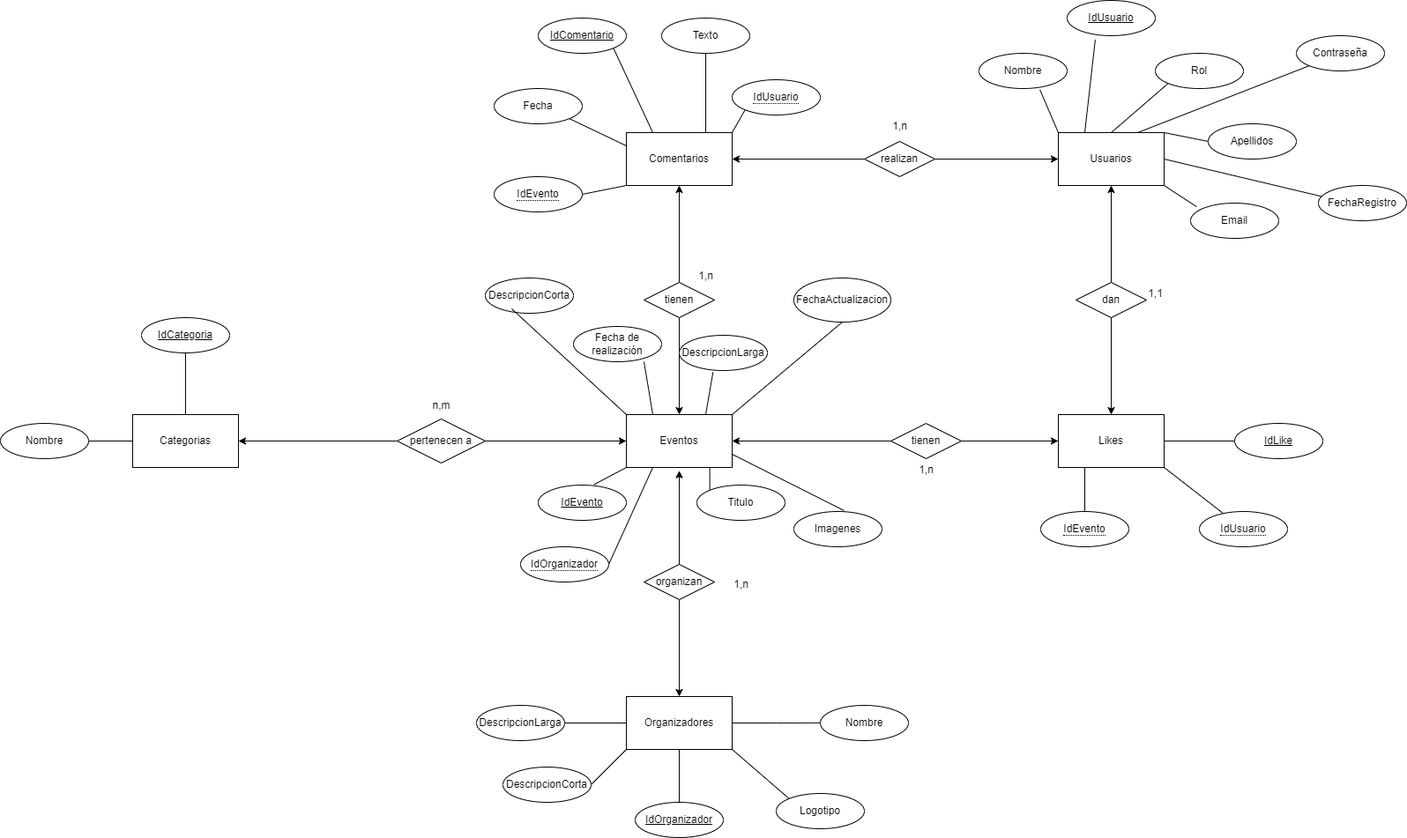
This is BitFest.drawio.png from bibifupi/BitFest, a draw.io export, as it was before one commit. Source tidied: cells renumbered, new cells last; positions are measured from the earlier drawing's top-left corner, leaving out a move shared by most shapes.
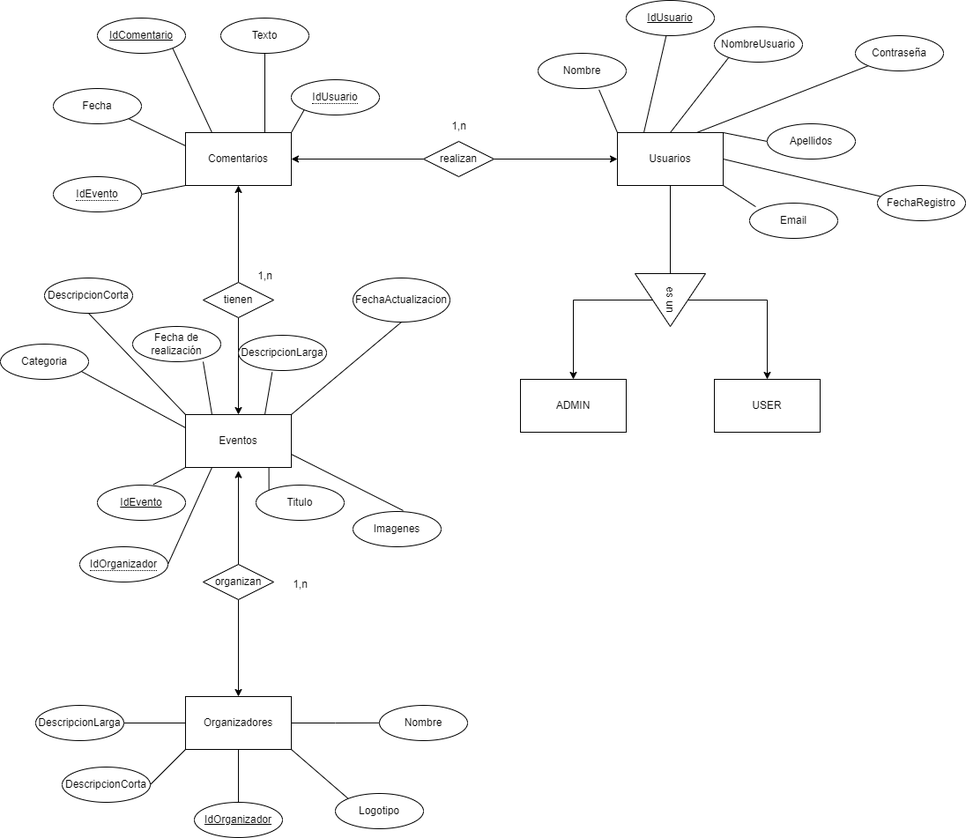
The same diagram one commit later.

What changed in the source:
```diff
@@ -2,15 +2,20 @@
   <root>
     <mxCell id="0" />
     <mxCell id="1" parent="0" />
-    <mxCell id="2" style="rounded=0;jettySize=auto;html=1;exitX=0.5;exitY=0;exitDx=0;exitDy=0;entryX=0;entryY=1;entryDx=0;entryDy=0;endArrow=none;endFill=0;" parent="1" edge="1" source="5" target="63">
-      <mxGeometry relative="1" as="geometry" />
-    </mxCell>
     <mxCell id="3" style="rounded=0;jettySize=auto;html=1;exitX=0.75;exitY=0;exitDx=0;exitDy=0;entryX=0;entryY=1;entryDx=0;entryDy=0;endArrow=none;endFill=0;" parent="1" edge="1" source="5" target="67">
       <mxGeometry relative="1" as="geometry" />
     </mxCell>
     <mxCell id="4" style="rounded=0;jettySize=auto;html=1;exitX=1;exitY=0;exitDx=0;exitDy=0;entryX=0;entryY=0.5;entryDx=0;entryDy=0;endArrow=none;endFill=0;" parent="1" edge="1" source="5" target="65">
       <mxGeometry relative="1" as="geometry" />
     </mxCell>
+    <mxCell id="92" style="edgeStyle=orthogonalEdgeStyle;rounded=0;jettySize=auto;html=1;exitX=0.5;exitY=1;exitDx=0;exitDy=0;endArrow=none;endFill=0;" parent="1" edge="1" source="5" target="98">
+      <mxGeometry relative="1" as="geometry" />
+    </mxCell>
+    <mxCell id="93" style="rounded=0;jettySize=auto;html=1;exitX=0.5;exitY=0;exitDx=0;exitDy=0;endArrow=none;endFill=0;" parent="1" edge="1" source="5">
+      <mxGeometry relative="1" as="geometry">
+        <mxPoint x="1330" y="60" as="targetPoint" />
+      </mxGeometry>
+    </mxCell>
     <mxCell id="5" value="Usuarios" style="rounded=0;whiteSpace=wrap;html=1;" parent="1" vertex="1">
       <mxGeometry x="1200" y="150" width="120" height="60" as="geometry" />
     </mxCell>
@@ -23,21 +28,14 @@
     <mxCell id="8" style="rounded=0;jettySize=auto;html=1;exitX=0.25;exitY=1;exitDx=0;exitDy=0;entryX=1;entryY=0.5;entryDx=0;entryDy=0;endArrow=none;endFill=0;" parent="1" edge="1" source="9" target="48">
       <mxGeometry relative="1" as="geometry" />
     </mxCell>
+    <mxCell id="94" style="rounded=0;jettySize=auto;html=1;exitX=0;exitY=0.25;exitDx=0;exitDy=0;endArrow=none;endFill=0;" parent="1" edge="1" source="9">
+      <mxGeometry relative="1" as="geometry">
+        <mxPoint x="590" y="420" as="targetPoint" />
+      </mxGeometry>
+    </mxCell>
     <mxCell id="9" value="Eventos" style="rounded=0;whiteSpace=wrap;html=1;" parent="1" vertex="1">
       <mxGeometry x="710" y="470" width="120" height="60" as="geometry" />
     </mxCell>
-    <mxCell id="10" style="rounded=0;jettySize=auto;html=1;exitX=0.25;exitY=1;exitDx=0;exitDy=0;entryX=0.5;entryY=0;entryDx=0;entryDy=0;endArrow=none;endFill=0;" parent="1" edge="1" source="13" target="75">
-      <mxGeometry relative="1" as="geometry" />
-    </mxCell>
-    <mxCell id="11" style="rounded=0;jettySize=auto;html=1;exitX=1;exitY=1;exitDx=0;exitDy=0;endArrow=none;endFill=0;" parent="1" edge="1" source="13" target="74">
-      <mxGeometry relative="1" as="geometry" />
-    </mxCell>
-    <mxCell id="12" style="rounded=0;jettySize=auto;html=1;exitX=1;exitY=0.5;exitDx=0;exitDy=0;entryX=0;entryY=0.5;entryDx=0;entryDy=0;endArrow=none;endFill=0;" parent="1" edge="1" source="13" target="73">
-      <mxGeometry relative="1" as="geometry" />
-    </mxCell>
-    <mxCell id="13" value="Likes" style="rounded=0;whiteSpace=wrap;html=1;" parent="1" vertex="1">
-      <mxGeometry x="1200" y="470" width="120" height="60" as="geometry" />
-    </mxCell>
     <mxCell id="14" style="rounded=0;jettySize=auto;html=1;exitX=1;exitY=0;exitDx=0;exitDy=0;entryX=0;entryY=1;entryDx=0;entryDy=0;endArrow=none;endFill=0;" parent="1" edge="1" source="19" target="60">
       <mxGeometry relative="1" as="geometry" />
     </mxCell>
@@ -56,15 +54,6 @@
     <mxCell id="19" value="Comentarios" style="rounded=0;whiteSpace=wrap;html=1;" parent="1" vertex="1">
       <mxGeometry x="710" y="150" width="120" height="60" as="geometry" />
     </mxCell>
-    <mxCell id="20" style="edgeStyle=orthogonalEdgeStyle;rounded=0;jettySize=auto;html=1;exitX=0.5;exitY=0;exitDx=0;exitDy=0;entryX=0.5;entryY=1;entryDx=0;entryDy=0;endArrow=none;endFill=0;" parent="1" edge="1" source="22" target="39">
-      <mxGeometry relative="1" as="geometry" />
-    </mxCell>
-    <mxCell id="21" style="edgeStyle=orthogonalEdgeStyle;rounded=0;jettySize=auto;html=1;exitX=0;exitY=0.5;exitDx=0;exitDy=0;entryX=1;entryY=0.5;entryDx=0;entryDy=0;endArrow=none;endFill=0;" parent="1" edge="1" source="22" target="40">
-      <mxGeometry relative="1" as="geometry" />
-    </mxCell>
-    <mxCell id="22" value="Categorias" style="whiteSpace=wrap;html=1;" parent="1" vertex="1">
-      <mxGeometry x="150" y="470" width="120" height="60" as="geometry" />
-    </mxCell>
     <mxCell id="23" style="edgeStyle=orthogonalEdgeStyle;rounded=0;jettySize=auto;html=1;exitX=1;exitY=0.5;exitDx=0;exitDy=0;endArrow=none;endFill=0;" parent="1" edge="1" source="27">
       <mxGeometry relative="1" as="geometry">
         <mxPoint x="930" y="819.9" as="targetPoint" />
@@ -82,15 +71,6 @@
     <mxCell id="27" value="Organizadores" style="whiteSpace=wrap;html=1;" parent="1" vertex="1">
       <mxGeometry x="710" y="790" width="120" height="60" as="geometry" />
     </mxCell>
-    <mxCell id="28" style="edgeStyle=orthogonalEdgeStyle;rounded=0;jettySize=auto;html=1;exitX=0;exitY=0.5;exitDx=0;exitDy=0;entryX=1;entryY=0.5;entryDx=0;entryDy=0;" parent="1" edge="1" source="30" target="22">
-      <mxGeometry relative="1" as="geometry" />
-    </mxCell>
-    <mxCell id="29" style="edgeStyle=orthogonalEdgeStyle;rounded=0;jettySize=auto;html=1;exitX=1;exitY=0.5;exitDx=0;exitDy=0;entryX=0;entryY=0.5;entryDx=0;entryDy=0;" parent="1" edge="1" source="30" target="9">
-      <mxGeometry relative="1" as="geometry" />
-    </mxCell>
-    <mxCell id="30" value="pertenecen a" style="rhombus;whiteSpace=wrap;html=1;" parent="1" vertex="1">
-      <mxGeometry x="450" y="475" width="100" height="50" as="geometry" />
-    </mxCell>
     <mxCell id="31" style="edgeStyle=orthogonalEdgeStyle;rounded=0;jettySize=auto;html=1;exitX=0.5;exitY=1;exitDx=0;exitDy=0;entryX=0.5;entryY=0;entryDx=0;entryDy=0;" parent="1" edge="1" source="41" target="9">
       <mxGeometry relative="1" as="geometry" />
     </mxCell>
@@ -106,21 +86,6 @@
     <mxCell id="35" style="edgeStyle=orthogonalEdgeStyle;rounded=0;jettySize=auto;html=1;exitX=0.5;exitY=0;exitDx=0;exitDy=0;entryX=0.5;entryY=1.06;entryDx=0;entryDy=0;entryPerimeter=0;" parent="1" edge="1" source="34" target="9">
       <mxGeometry relative="1" as="geometry" />
     </mxCell>
-    <mxCell id="36" style="edgeStyle=orthogonalEdgeStyle;rounded=0;jettySize=auto;html=1;exitX=0;exitY=0.5;exitDx=0;exitDy=0;" parent="1" edge="1" source="38" target="9">
-      <mxGeometry relative="1" as="geometry" />
-    </mxCell>
-    <mxCell id="37" style="edgeStyle=orthogonalEdgeStyle;rounded=0;jettySize=auto;html=1;exitX=1;exitY=0.5;exitDx=0;exitDy=0;entryX=0;entryY=0.5;entryDx=0;entryDy=0;" parent="1" edge="1" source="38" target="13">
-      <mxGeometry relative="1" as="geometry" />
-    </mxCell>
-    <mxCell id="38" value="tienen" style="rhombus;whiteSpace=wrap;html=1;" parent="1" vertex="1">
-      <mxGeometry x="1010" y="480" width="80" height="40" as="geometry" />
-    </mxCell>
-    <mxCell id="39" value="IdCategoria" style="ellipse;whiteSpace=wrap;html=1;align=center;fontStyle=4;" parent="1" vertex="1">
-      <mxGeometry x="160" y="360" width="100" height="40" as="geometry" />
-    </mxCell>
-    <mxCell id="40" value="Nombre" style="ellipse;whiteSpace=wrap;html=1;align=center;" parent="1" vertex="1">
-      <mxGeometry y="480" width="100" height="40" as="geometry" />
-    </mxCell>
     <mxCell id="41" value="tienen" style="rhombus;whiteSpace=wrap;html=1;" parent="1" vertex="1">
       <mxGeometry x="730" y="320" width="80" height="40" as="geometry" />
     </mxCell>
@@ -157,7 +122,7 @@
     <mxCell id="52" style="rounded=0;jettySize=auto;html=1;exitX=0.25;exitY=0;exitDx=0;exitDy=0;entryX=0.8;entryY=1;entryDx=0;entryDy=0;entryPerimeter=0;endArrow=none;endFill=0;" parent="1" edge="1" source="9" target="45">
       <mxGeometry relative="1" as="geometry" />
     </mxCell>
-    <mxCell id="53" style="rounded=0;jettySize=auto;html=1;exitX=0;exitY=0;exitDx=0;exitDy=0;entryX=0.3;entryY=0.875;entryDx=0;entryDy=0;entryPerimeter=0;endArrow=none;endFill=0;" parent="1" edge="1" source="9" target="47">
+    <mxCell id="53" style="rounded=0;jettySize=auto;html=1;exitX=0;exitY=0;exitDx=0;exitDy=0;endArrow=none;endFill=0;entryX=0.5;entryY=1;entryDx=0;entryDy=0;" parent="1" edge="1" source="9" target="47">
       <mxGeometry relative="1" as="geometry" />
     </mxCell>
     <mxCell id="54" style="rounded=0;jettySize=auto;html=1;exitX=0;exitY=1;exitDx=0;exitDy=0;entryX=0.635;entryY=-0.017;entryDx=0;entryDy=0;entryPerimeter=0;endArrow=none;endFill=0;" parent="1" edge="1" source="9" target="42">
@@ -187,9 +152,6 @@
     <mxCell id="62" value="IdUsuario" style="ellipse;whiteSpace=wrap;html=1;align=center;fontStyle=4;" parent="1" vertex="1">
       <mxGeometry x="1210" width="100" height="40" as="geometry" />
     </mxCell>
-    <mxCell id="63" value="Rol" style="ellipse;whiteSpace=wrap;html=1;align=center;" parent="1" vertex="1">
-      <mxGeometry x="1310" y="60" width="100" height="40" as="geometry" />
-    </mxCell>
     <mxCell id="64" value="Nombre" style="ellipse;whiteSpace=wrap;html=1;align=center;" parent="1" vertex="1">
       <mxGeometry x="1110" y="60" width="100" height="40" as="geometry" />
     </mxCell>
@@ -208,7 +170,7 @@
     <mxCell id="69" style="rounded=0;jettySize=auto;html=1;exitX=0;exitY=0;exitDx=0;exitDy=0;entryX=0.691;entryY=1.033;entryDx=0;entryDy=0;entryPerimeter=0;endArrow=none;endFill=0;" parent="1" edge="1" source="5" target="64">
       <mxGeometry relative="1" as="geometry" />
     </mxCell>
-    <mxCell id="70" style="rounded=0;jettySize=auto;html=1;exitX=0.25;exitY=0;exitDx=0;exitDy=0;entryX=0.319;entryY=1.111;entryDx=0;entryDy=0;entryPerimeter=0;endArrow=none;endFill=0;" parent="1" edge="1" source="5" target="62">
+    <mxCell id="70" style="rounded=0;jettySize=auto;html=1;exitX=0.25;exitY=0;exitDx=0;exitDy=0;endArrow=none;endFill=0;" parent="1" edge="1" source="5" target="62">
       <mxGeometry relative="1" as="geometry" />
     </mxCell>
     <mxCell id="71" style="rounded=0;jettySize=auto;html=1;exitX=1;exitY=0.5;exitDx=0;exitDy=0;entryX=0.029;entryY=0.306;entryDx=0;entryDy=0;entryPerimeter=0;endArrow=none;endFill=0;" parent="1" edge="1" source="5" target="68">
@@ -217,24 +179,9 @@
     <mxCell id="72" style="rounded=0;jettySize=auto;html=1;exitX=1;exitY=1;exitDx=0;exitDy=0;entryX=0.069;entryY=0.102;entryDx=0;entryDy=0;entryPerimeter=0;endArrow=none;endFill=0;" parent="1" edge="1" source="5" target="66">
       <mxGeometry relative="1" as="geometry" />
     </mxCell>
-    <mxCell id="73" value="IdLike" style="ellipse;whiteSpace=wrap;html=1;align=center;fontStyle=4;" parent="1" vertex="1">
-      <mxGeometry x="1400" y="480" width="100" height="40" as="geometry" />
-    </mxCell>
-    <mxCell id="74" value="&lt;span style=&quot;border-bottom: 1px dotted&quot;&gt;IdUsuario&lt;/span&gt;" style="ellipse;whiteSpace=wrap;html=1;align=center;" parent="1" vertex="1">
-      <mxGeometry x="1360" y="580" width="100" height="40" as="geometry" />
-    </mxCell>
-    <mxCell id="75" value="&lt;span style=&quot;border-bottom: 1px dotted&quot;&gt;IdEvento&lt;/span&gt;" style="ellipse;whiteSpace=wrap;html=1;align=center;" parent="1" vertex="1">
-      <mxGeometry x="1180" y="580" width="100" height="40" as="geometry" />
-    </mxCell>
-    <mxCell id="76" value="n,m" style="text;html=1;align=center;verticalAlign=middle;strokeColor=none;fillColor=none;" parent="1" vertex="1">
-      <mxGeometry x="480" y="445" width="40" height="30" as="geometry" />
-    </mxCell>
     <mxCell id="77" value="1,n" style="text;html=1;align=center;verticalAlign=middle;strokeColor=none;fillColor=none;" parent="1" vertex="1">
       <mxGeometry x="820" y="648" width="40" height="30" as="geometry" />
     </mxCell>
-    <mxCell id="78" value="1,n" style="text;html=1;align=center;verticalAlign=middle;strokeColor=none;fillColor=none;" parent="1" vertex="1">
-      <mxGeometry x="1030" y="518" width="40" height="30" as="geometry" />
-    </mxCell>
     <mxCell id="79" value="1,n" style="text;html=1;align=center;verticalAlign=middle;strokeColor=none;fillColor=none;" parent="1" vertex="1">
       <mxGeometry x="780" y="298" width="40" height="30" as="geometry" />
     </mxCell>
@@ -250,18 +197,6 @@
     <mxCell id="83" value="1,n" style="text;html=1;align=center;verticalAlign=middle;strokeColor=none;fillColor=none;" parent="1" vertex="1">
       <mxGeometry x="1000" y="128" width="40" height="30" as="geometry" />
     </mxCell>
-    <mxCell id="84" style="edgeStyle=orthogonalEdgeStyle;rounded=0;jettySize=auto;html=1;exitX=0.5;exitY=0;exitDx=0;exitDy=0;entryX=0.5;entryY=1;entryDx=0;entryDy=0;" parent="1" edge="1" source="86" target="5">
-      <mxGeometry relative="1" as="geometry" />
-    </mxCell>
-    <mxCell id="85" style="edgeStyle=orthogonalEdgeStyle;rounded=0;jettySize=auto;html=1;exitX=0.5;exitY=1;exitDx=0;exitDy=0;entryX=0.5;entryY=0;entryDx=0;entryDy=0;" parent="1" edge="1" source="86" target="13">
-      <mxGeometry relative="1" as="geometry" />
-    </mxCell>
-    <mxCell id="86" value="dan" style="rhombus;whiteSpace=wrap;html=1;" parent="1" vertex="1">
-      <mxGeometry x="1220" y="320" width="80" height="40" as="geometry" />
-    </mxCell>
-    <mxCell id="87" value="1,1" style="text;html=1;align=center;verticalAlign=middle;strokeColor=none;fillColor=none;" parent="1" vertex="1">
-      <mxGeometry x="1290" y="318" width="40" height="30" as="geometry" />
-    </mxCell>
     <mxCell id="88" style="rounded=0;jettySize=auto;html=1;exitX=0;exitY=0;exitDx=0;exitDy=0;entryX=1;entryY=1;entryDx=0;entryDy=0;endArrow=none;endFill=0;" parent="1" edge="1" source="89" target="27">
       <mxGeometry relative="1" as="geometry" />
     </mxCell>
@@ -274,5 +209,26 @@
     <mxCell id="91" value="DescripcionLarga" style="ellipse;whiteSpace=wrap;html=1;align=center;" parent="1" vertex="1">
       <mxGeometry x="540" y="800" width="100" height="40" as="geometry" />
     </mxCell>
+    <mxCell id="95" value="Categoria" style="ellipse;whiteSpace=wrap;html=1;align=center;" parent="1" vertex="1">
+      <mxGeometry x="500" y="390" width="100" height="40" as="geometry" />
+    </mxCell>
+    <mxCell id="96" style="edgeStyle=orthogonalEdgeStyle;rounded=0;jettySize=auto;html=1;exitX=0.5;exitY=1;exitDx=0;exitDy=0;entryX=0.5;entryY=0;entryDx=0;entryDy=0;" parent="1" edge="1" source="98" target="99">
+      <mxGeometry relative="1" as="geometry" />
+    </mxCell>
+    <mxCell id="97" style="edgeStyle=orthogonalEdgeStyle;rounded=0;jettySize=auto;html=1;exitX=0.5;exitY=0;exitDx=0;exitDy=0;entryX=0.5;entryY=0;entryDx=0;entryDy=0;" parent="1" edge="1" source="98" target="100">
+      <mxGeometry relative="1" as="geometry" />
+    </mxCell>
+    <mxCell id="98" value="es un" style="triangle;whiteSpace=wrap;html=1;rotation=90;" parent="1" vertex="1">
+      <mxGeometry x="1230" y="300" width="60" height="80" as="geometry" />
+    </mxCell>
+    <mxCell id="99" value="ADMIN" style="rounded=0;whiteSpace=wrap;html=1;" parent="1" vertex="1">
+      <mxGeometry x="1090" y="430" width="120" height="60" as="geometry" />
+    </mxCell>
+    <mxCell id="100" value="USER" style="rounded=0;whiteSpace=wrap;html=1;" parent="1" vertex="1">
+      <mxGeometry x="1310" y="430" width="120" height="60" as="geometry" />
+    </mxCell>
+    <mxCell id="101" value="NombreUsuario" style="ellipse;whiteSpace=wrap;html=1;align=center;" parent="1" vertex="1">
+      <mxGeometry x="1310" y="30" width="100" height="40" as="geometry" />
+    </mxCell>
   </root>
 </mxGraphModel>
```
